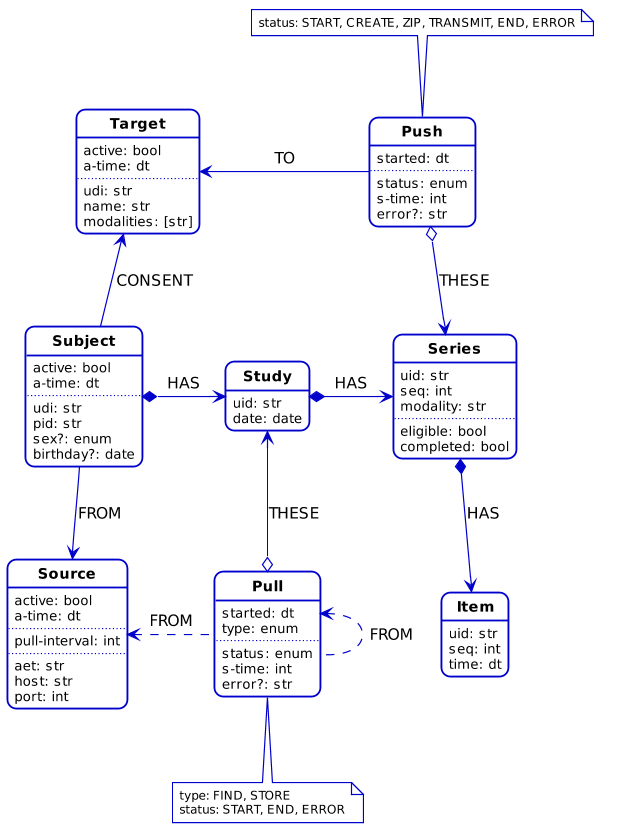
Above: docs/pull-push.png in shumy-tools/cad-proxy (PlantUML), before the change.
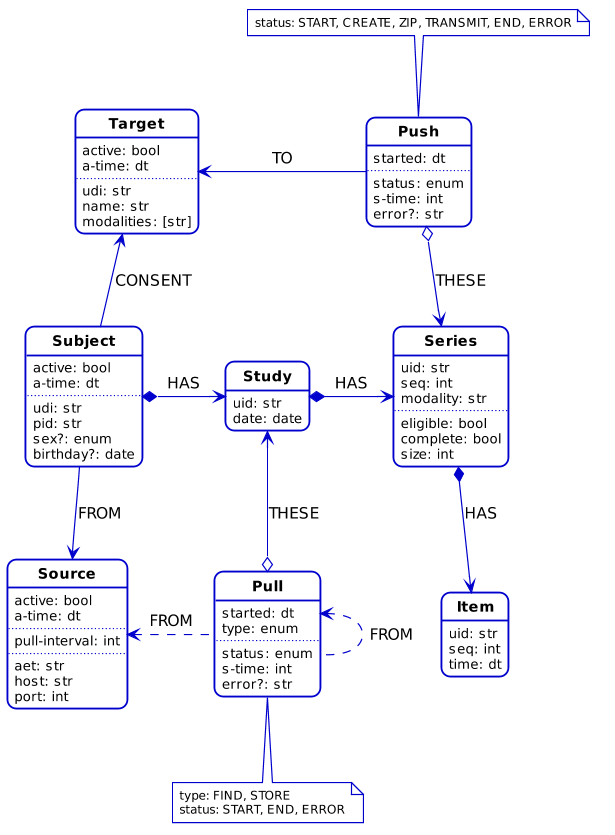
After the commit.

What changed in the source:
```diff
@@ -75,7 +75,8 @@
   modality: str
   ..
   eligible: bool
-  completed: bool
+  complete: bool
+  size: int
 }
 
 class Item {
```
